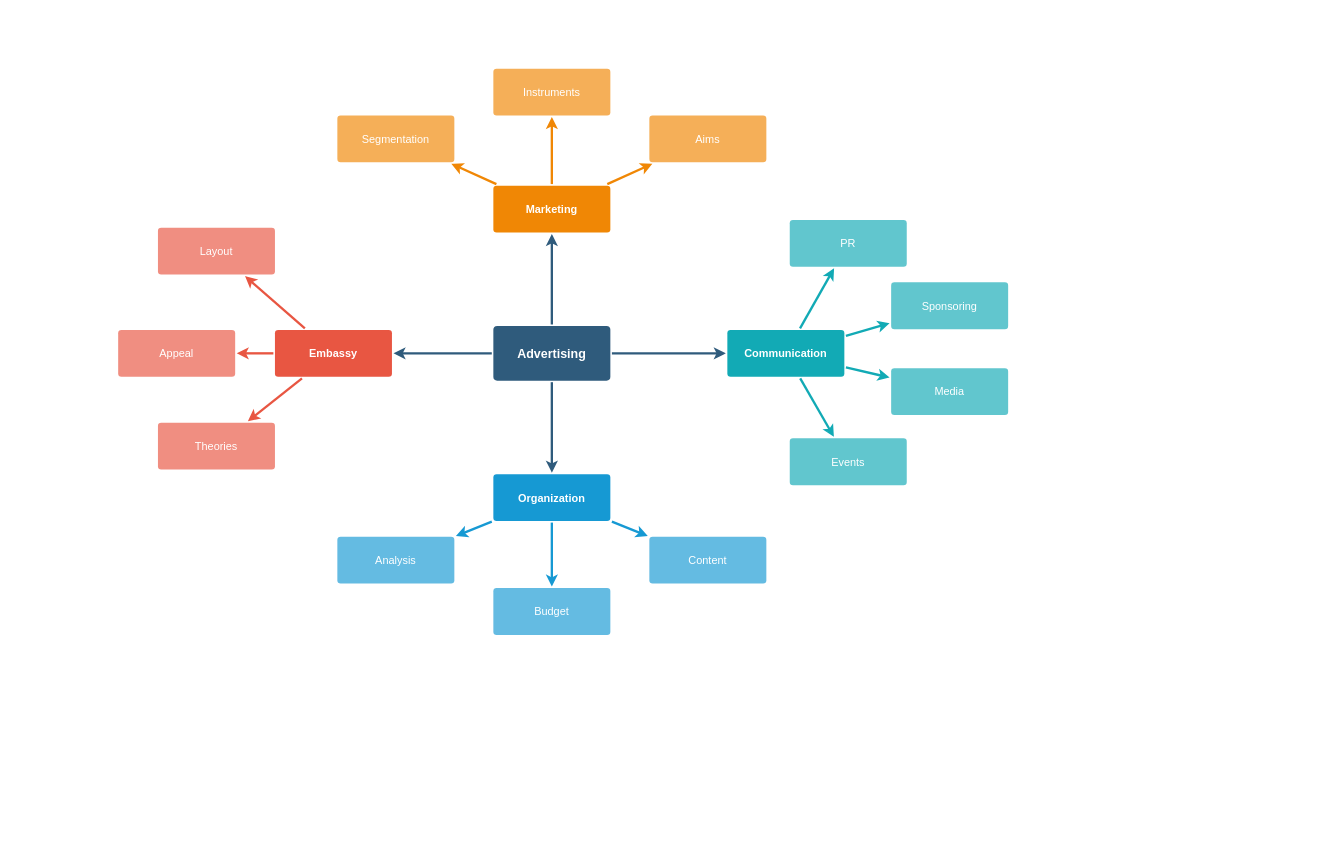
Before: Untitled Diagram.drawio in Ritarma/Ritarma.github.io, a draw.io diagram. Source tidied: cells renumbered, new cells numbered last; positions are measured from the earlier drawing's top-left corner, leaving out a move shared by most shapes. Both pictures are drawn from the tidied source at 78%, with x=0, y=0 at pixel (118, 68).
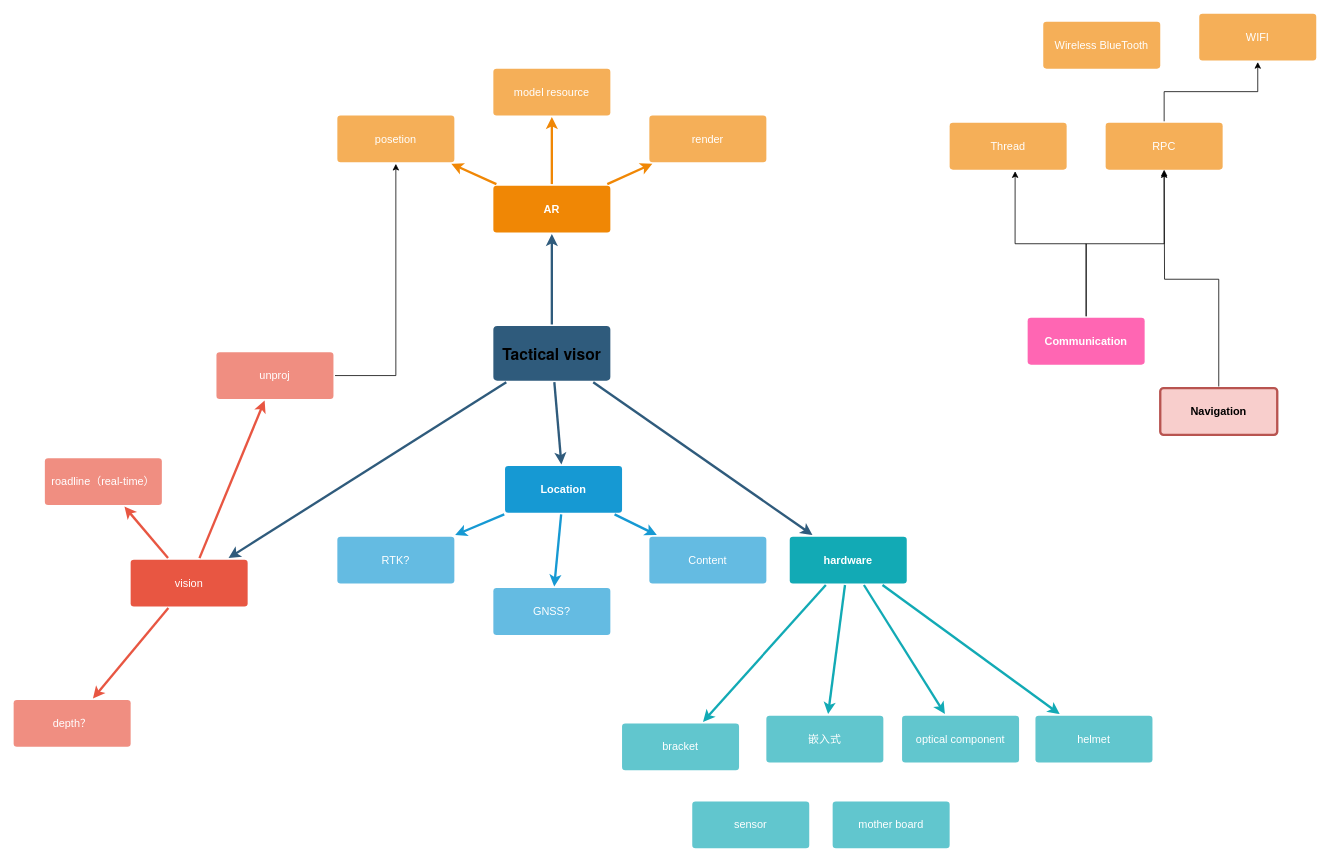
After the change.

Commit message:
Tactical visor Diagram.drawio

What changed in the source:
```diff
@@
-    <mxCell id="6" value="Advertising" style="rounded=1;whiteSpace=wrap;html=1;shadow=0;labelBackgroundColor=none;strokeColor=none;strokeWidth=3;fillColor=#2F5B7C;fontFamily=Helvetica;fontSize=16;fontColor=#FFFFFF;align=center;fontStyle=1;spacing=5;arcSize=7;perimeterSpacing=2;" parent="1" vertex="1">
+    <mxCell id="6" value="&lt;p class=&quot;p1&quot; style=&quot;margin: 0px ; font-weight: 400 ; font-stretch: normal ; font-size: 20px ; line-height: normal ; font-family: &amp;#34;helvetica neue&amp;#34; ; color: rgb(0 , 0 , 0)&quot;&gt;&lt;b&gt;Tactical visor&lt;/b&gt;&lt;/p&gt;" style="rounded=1;whiteSpace=wrap;html=1;shadow=0;labelBackgroundColor=none;strokeColor=none;strokeWidth=3;fillColor=#2F5B7C;fontFamily=Helvetica;fontSize=16;fontColor=#FFFFFF;align=center;fontStyle=1;spacing=5;arcSize=7;perimeterSpacing=2;" parent="1" vertex="1">
       <mxGeometry x="481" y="330.5" width="150" height="70" as="geometry" />
     </mxCell>
@@
-    <mxCell id="10" value="Embassy" style="rounded=1;whiteSpace=wrap;html=1;shadow=0;labelBackgroundColor=none;strokeColor=none;strokeWidth=3;fillColor=#e85642;fontFamily=Helvetica;fontSize=14;fontColor=#FFFFFF;align=center;spacing=5;fontStyle=1;arcSize=7;perimeterSpacing=2;" parent="1" vertex="1">
-      <mxGeometry x="201" y="335.5" width="150" height="60" as="geometry" />
+    <mxCell id="10" value="&lt;span style=&quot;font-weight: 400&quot;&gt;vision&lt;/span&gt;" style="rounded=1;whiteSpace=wrap;html=1;shadow=0;labelBackgroundColor=none;strokeColor=none;strokeWidth=3;fillColor=#e85642;fontFamily=Helvetica;fontSize=14;fontColor=#FFFFFF;align=center;spacing=5;fontStyle=1;arcSize=7;perimeterSpacing=2;" parent="1" vertex="1">
+      <mxGeometry x="16" y="630" width="150" height="60" as="geometry" />
     </mxCell>
-    <mxCell id="11" value="Theories" style="rounded=1;whiteSpace=wrap;html=1;shadow=0;labelBackgroundColor=none;strokeColor=none;strokeWidth=3;fillColor=#f08e81;fontFamily=Helvetica;fontSize=14;fontColor=#FFFFFF;align=center;spacing=5;fontStyle=0;arcSize=7;perimeterSpacing=2;" parent="1" vertex="1">
-      <mxGeometry x="51" y="454.5" width="150" height="60" as="geometry" />
+    <mxCell id="11" value="roadline（real-time）" style="rounded=1;whiteSpace=wrap;html=1;shadow=0;labelBackgroundColor=none;strokeColor=none;strokeWidth=3;fillColor=#f08e81;fontFamily=Helvetica;fontSize=14;fontColor=#FFFFFF;align=center;spacing=5;fontStyle=0;arcSize=7;perimeterSpacing=2;" parent="1" vertex="1">
+      <mxGeometry x="-94" y="500" width="150" height="60" as="geometry" />
     </mxCell>
+    <mxCell id="37" style="edgeStyle=orthogonalEdgeStyle;rounded=0;jettySize=auto;html=1;entryX=0.5;entryY=1;entryDx=0;entryDy=0;" parent="1" edge="1" source="12" target="26">
+      <mxGeometry relative="1" as="geometry" />
+    </mxCell>
-    <mxCell id="12" value="Appeal" style="rounded=1;whiteSpace=wrap;html=1;shadow=0;labelBackgroundColor=none;strokeColor=none;strokeWidth=3;fillColor=#f08e81;fontFamily=Helvetica;fontSize=14;fontColor=#FFFFFF;align=center;spacing=5;fontStyle=0;arcSize=7;perimeterSpacing=2;" parent="1" vertex="1">
-      <mxGeometry y="335.5" width="150" height="60" as="geometry" />
+    <mxCell id="12" value="unproj" style="rounded=1;whiteSpace=wrap;html=1;shadow=0;labelBackgroundColor=none;strokeColor=none;strokeWidth=3;fillColor=#f08e81;fontFamily=Helvetica;fontSize=14;fontColor=#FFFFFF;align=center;spacing=5;fontStyle=0;arcSize=7;perimeterSpacing=2;" parent="1" vertex="1">
+      <mxGeometry x="126" y="364" width="150" height="60" as="geometry" />
     </mxCell>
-    <mxCell id="13" value="Layout" style="rounded=1;whiteSpace=wrap;html=1;shadow=0;labelBackgroundColor=none;strokeColor=none;strokeWidth=3;fillColor=#f08e81;fontFamily=Helvetica;fontSize=14;fontColor=#FFFFFF;align=center;spacing=5;fontStyle=0;arcSize=7;perimeterSpacing=2;" parent="1" vertex="1">
-      <mxGeometry x="51" y="204.5" width="150" height="60" as="geometry" />
+    <mxCell id="13" value="depth？" style="rounded=1;whiteSpace=wrap;html=1;shadow=0;labelBackgroundColor=none;strokeColor=none;strokeWidth=3;fillColor=#f08e81;fontFamily=Helvetica;fontSize=14;fontColor=#FFFFFF;align=center;spacing=5;fontStyle=0;arcSize=7;perimeterSpacing=2;" parent="1" vertex="1">
+      <mxGeometry x="-134" y="810" width="150" height="60" as="geometry" />
     </mxCell>
@@
-    <mxCell id="17" value="Organization" style="rounded=1;whiteSpace=wrap;html=1;shadow=0;labelBackgroundColor=none;strokeColor=none;strokeWidth=3;fillColor=#1699d3;fontFamily=Helvetica;fontSize=14;fontColor=#FFFFFF;align=center;spacing=5;fontStyle=1;arcSize=7;perimeterSpacing=2;" parent="1" vertex="1">
-      <mxGeometry x="481" y="520.5" width="150" height="60" as="geometry" />
+    <mxCell id="17" value="Location" style="rounded=1;whiteSpace=wrap;html=1;shadow=0;labelBackgroundColor=none;strokeColor=none;strokeWidth=3;fillColor=#1699d3;fontFamily=Helvetica;fontSize=14;fontColor=#FFFFFF;align=center;spacing=5;fontStyle=1;arcSize=7;perimeterSpacing=2;" parent="1" vertex="1">
+      <mxGeometry x="496" y="510" width="150" height="60" as="geometry" />
     </mxCell>
@@
-    <mxCell id="19" value="Budget" style="rounded=1;whiteSpace=wrap;html=1;shadow=0;labelBackgroundColor=none;strokeColor=none;strokeWidth=3;fillColor=#64bbe2;fontFamily=Helvetica;fontSize=14;fontColor=#FFFFFF;align=center;spacing=5;arcSize=7;perimeterSpacing=2;" parent="1" vertex="1">
+    <mxCell id="19" value="GNSS?" style="rounded=1;whiteSpace=wrap;html=1;shadow=0;labelBackgroundColor=none;strokeColor=none;strokeWidth=3;fillColor=#64bbe2;fontFamily=Helvetica;fontSize=14;fontColor=#FFFFFF;align=center;spacing=5;arcSize=7;perimeterSpacing=2;" parent="1" vertex="1">
       <mxGeometry x="481" y="666.5" width="150" height="60" as="geometry" />
     </mxCell>
-    <mxCell id="20" value="Analysis" style="rounded=1;whiteSpace=wrap;html=1;shadow=0;labelBackgroundColor=none;strokeColor=none;strokeWidth=3;fillColor=#64bbe2;fontFamily=Helvetica;fontSize=14;fontColor=#FFFFFF;align=center;spacing=5;arcSize=7;perimeterSpacing=2;" parent="1" vertex="1">
+    <mxCell id="20" value="RTK?" style="rounded=1;whiteSpace=wrap;html=1;shadow=0;labelBackgroundColor=none;strokeColor=none;strokeWidth=3;fillColor=#64bbe2;fontFamily=Helvetica;fontSize=14;fontColor=#FFFFFF;align=center;spacing=5;arcSize=7;perimeterSpacing=2;" parent="1" vertex="1">
       <mxGeometry x="281" y="600.5" width="150" height="60" as="geometry" />
     </mxCell>
-    <mxCell id="21" value="Marketing" style="rounded=1;whiteSpace=wrap;html=1;shadow=0;labelBackgroundColor=none;strokeColor=none;strokeWidth=3;fillColor=#F08705;fontFamily=Helvetica;fontSize=14;fontColor=#FFFFFF;align=center;spacing=5;fontStyle=1;arcSize=7;perimeterSpacing=2;" parent="1" vertex="1">
+    <mxCell id="21" value="AR" style="rounded=1;whiteSpace=wrap;html=1;shadow=0;labelBackgroundColor=none;strokeColor=none;strokeWidth=3;fillColor=#F08705;fontFamily=Helvetica;fontSize=14;fontColor=#FFFFFF;align=center;spacing=5;fontStyle=1;arcSize=7;perimeterSpacing=2;" parent="1" vertex="1">
       <mxGeometry x="481" y="150.5" width="150" height="60" as="geometry" />
     </mxCell>
-    <mxCell id="22" value="Aims&lt;br&gt;" style="rounded=1;whiteSpace=wrap;html=1;shadow=0;labelBackgroundColor=none;strokeColor=none;strokeWidth=3;fillColor=#f5af58;fontFamily=Helvetica;fontSize=14;fontColor=#FFFFFF;align=center;spacing=5;arcSize=7;perimeterSpacing=2;" parent="1" vertex="1">
+    <mxCell id="22" value="render" style="rounded=1;whiteSpace=wrap;html=1;shadow=0;labelBackgroundColor=none;strokeColor=none;strokeWidth=3;fillColor=#f5af58;fontFamily=Helvetica;fontSize=14;fontColor=#FFFFFF;align=center;spacing=5;arcSize=7;perimeterSpacing=2;" parent="1" vertex="1">
       <mxGeometry x="681" y="60.5" width="150" height="60" as="geometry" />
     </mxCell>
@@
-    <mxCell id="24" value="Instruments" style="rounded=1;whiteSpace=wrap;html=1;shadow=0;labelBackgroundColor=none;strokeColor=none;strokeWidth=3;fillColor=#f5af58;fontFamily=Helvetica;fontSize=14;fontColor=#FFFFFF;align=center;spacing=5;arcSize=7;perimeterSpacing=2;" parent="1" vertex="1">
+    <mxCell id="24" value="model resource" style="rounded=1;whiteSpace=wrap;html=1;shadow=0;labelBackgroundColor=none;strokeColor=none;strokeWidth=3;fillColor=#f5af58;fontFamily=Helvetica;fontSize=14;fontColor=#FFFFFF;align=center;spacing=5;arcSize=7;perimeterSpacing=2;" parent="1" vertex="1">
       <mxGeometry x="481" y="0.5" width="150" height="60" as="geometry" />
     </mxCell>
@@
-    <mxCell id="26" value="Segmentation" style="rounded=1;whiteSpace=wrap;html=1;shadow=0;labelBackgroundColor=none;strokeColor=none;strokeWidth=3;fillColor=#f5af58;fontFamily=Helvetica;fontSize=14;fontColor=#FFFFFF;align=center;spacing=5;arcSize=7;perimeterSpacing=2;" parent="1" vertex="1">
+    <mxCell id="26" value="posetion" style="rounded=1;whiteSpace=wrap;html=1;shadow=0;labelBackgroundColor=none;strokeColor=none;strokeWidth=3;fillColor=#f5af58;fontFamily=Helvetica;fontSize=14;fontColor=#FFFFFF;align=center;spacing=5;arcSize=7;perimeterSpacing=2;" parent="1" vertex="1">
       <mxGeometry x="281" y="60.5" width="150" height="60" as="geometry" />
     </mxCell>
@@
-    <mxCell id="28" value="Communication" style="rounded=1;whiteSpace=wrap;html=1;shadow=0;labelBackgroundColor=none;strokeColor=none;strokeWidth=3;fillColor=#12aab5;fontFamily=Helvetica;fontSize=14;fontColor=#FFFFFF;align=center;spacing=5;fontStyle=1;arcSize=7;perimeterSpacing=2;" parent="1" vertex="1">
-      <mxGeometry x="781" y="335.5" width="150" height="60" as="geometry" />
+    <mxCell id="28" value="hardware" style="rounded=1;whiteSpace=wrap;html=1;shadow=0;labelBackgroundColor=none;strokeColor=none;strokeWidth=3;fillColor=#12aab5;fontFamily=Helvetica;fontSize=14;fontColor=#FFFFFF;align=center;spacing=5;fontStyle=1;arcSize=7;perimeterSpacing=2;" parent="1" vertex="1">
+      <mxGeometry x="861" y="600.5" width="150" height="60" as="geometry" />
     </mxCell>
-    <mxCell id="29" value="Events" style="rounded=1;whiteSpace=wrap;html=1;shadow=0;labelBackgroundColor=none;strokeColor=none;strokeWidth=3;fillColor=#61c6ce;fontFamily=Helvetica;fontSize=14;fontColor=#FFFFFF;align=center;spacing=5;fontStyle=0;arcSize=7;perimeterSpacing=2;" parent="1" vertex="1">
-      <mxGeometry x="861" y="474.5" width="150" height="60" as="geometry" />
+    <mxCell id="29" value="嵌入式" style="rounded=1;whiteSpace=wrap;html=1;shadow=0;labelBackgroundColor=none;strokeColor=none;strokeWidth=3;fillColor=#61c6ce;fontFamily=Helvetica;fontSize=14;fontColor=#FFFFFF;align=center;spacing=5;fontStyle=0;arcSize=7;perimeterSpacing=2;" parent="1" vertex="1">
+      <mxGeometry x="831" y="830" width="150" height="60" as="geometry" />
     </mxCell>
@@
-    <mxCell id="31" value="Media" style="rounded=1;whiteSpace=wrap;html=1;shadow=0;labelBackgroundColor=none;strokeColor=none;strokeWidth=3;fillColor=#61c6ce;fontFamily=Helvetica;fontSize=14;fontColor=#FFFFFF;align=center;spacing=5;fontStyle=0;arcSize=7;perimeterSpacing=2;" parent="1" vertex="1">
-      <mxGeometry x="991" y="384.5" width="150" height="60" as="geometry" />
+    <mxCell id="31" value="optical component" style="rounded=1;whiteSpace=wrap;html=1;shadow=0;labelBackgroundColor=none;strokeColor=none;strokeWidth=3;fillColor=#61c6ce;fontFamily=Helvetica;fontSize=14;fontColor=#FFFFFF;align=center;spacing=5;fontStyle=0;arcSize=7;perimeterSpacing=2;" parent="1" vertex="1">
+      <mxGeometry x="1005" y="830" width="150" height="60" as="geometry" />
     </mxCell>
@@
-    <mxCell id="33" value="Sponsoring" style="rounded=1;whiteSpace=wrap;html=1;shadow=0;labelBackgroundColor=none;strokeColor=none;strokeWidth=3;fillColor=#61c6ce;fontFamily=Helvetica;fontSize=14;fontColor=#FFFFFF;align=center;spacing=5;fontStyle=0;arcSize=7;perimeterSpacing=2;" parent="1" vertex="1">
-      <mxGeometry x="991" y="274.5" width="150" height="60" as="geometry" />
+    <mxCell id="33" value="helmet" style="rounded=1;whiteSpace=wrap;html=1;shadow=0;labelBackgroundColor=none;strokeColor=none;strokeWidth=3;fillColor=#61c6ce;fontFamily=Helvetica;fontSize=14;fontColor=#FFFFFF;align=center;spacing=5;fontStyle=0;arcSize=7;perimeterSpacing=2;" parent="1" vertex="1">
+      <mxGeometry x="1176" y="830" width="150" height="60" as="geometry" />
     </mxCell>
@@
-    <mxCell id="35" value="PR" style="rounded=1;whiteSpace=wrap;html=1;shadow=0;labelBackgroundColor=none;strokeColor=none;strokeWidth=3;fillColor=#61c6ce;fontFamily=Helvetica;fontSize=14;fontColor=#FFFFFF;align=center;spacing=5;fontStyle=0;arcSize=7;perimeterSpacing=2;" parent="1" vertex="1">
-      <mxGeometry x="861" y="194.5" width="150" height="60" as="geometry" />
+    <mxCell id="35" value="bracket" style="rounded=1;whiteSpace=wrap;html=1;shadow=0;labelBackgroundColor=none;strokeColor=none;strokeWidth=3;fillColor=#61c6ce;fontFamily=Helvetica;fontSize=14;fontColor=#FFFFFF;align=center;spacing=5;fontStyle=0;arcSize=7;perimeterSpacing=2;" parent="1" vertex="1">
+      <mxGeometry x="646" y="840" width="150" height="60" as="geometry" />
     </mxCell>
@@
+    <mxCell id="38" style="edgeStyle=orthogonalEdgeStyle;rounded=0;jettySize=auto;html=1;exitX=0.5;exitY=0;exitDx=0;exitDy=0;" parent="1" edge="1" source="39">
+      <mxGeometry relative="1" as="geometry">
+        <mxPoint x="1341" y="130" as="targetPoint" />
+      </mxGeometry>
+    </mxCell>
+    <mxCell id="39" value="Navigation" style="rounded=1;whiteSpace=wrap;html=1;shadow=0;labelBackgroundColor=none;strokeColor=#b85450;strokeWidth=3;fillColor=#f8cecc;fontFamily=Helvetica;fontSize=14;align=center;spacing=5;fontStyle=1;arcSize=7;perimeterSpacing=2;" parent="1" vertex="1">
+      <mxGeometry x="1336" y="410" width="150" height="60" as="geometry" />
+    </mxCell>
+    <mxCell id="40" style="edgeStyle=orthogonalEdgeStyle;rounded=0;jettySize=auto;html=1;entryX=0.558;entryY=1;entryDx=0;entryDy=0;entryPerimeter=0;" parent="1" edge="1" source="42" target="45">
+      <mxGeometry relative="1" as="geometry" />
+    </mxCell>
+    <mxCell id="41" style="edgeStyle=orthogonalEdgeStyle;rounded=0;jettySize=auto;html=1;entryX=0.5;entryY=1;entryDx=0;entryDy=0;" parent="1" edge="1" source="42" target="44">
+      <mxGeometry relative="1" as="geometry" />
+    </mxCell>
+    <mxCell id="42" value="Communication&lt;br&gt;" style="rounded=1;whiteSpace=wrap;html=1;shadow=0;labelBackgroundColor=none;strokeColor=none;strokeWidth=3;fontFamily=Helvetica;fontSize=14;fontColor=#FFFFFF;align=center;spacing=5;fontStyle=1;arcSize=7;perimeterSpacing=2;fillColor=#FF66B3;" parent="1" vertex="1">
+      <mxGeometry x="1166" y="320" width="150" height="60" as="geometry" />
+    </mxCell>
+    <mxCell id="43" style="edgeStyle=orthogonalEdgeStyle;rounded=0;jettySize=auto;html=1;entryX=0.5;entryY=1;entryDx=0;entryDy=0;" parent="1" edge="1" source="44" target="47">
+      <mxGeometry relative="1" as="geometry" />
+    </mxCell>
+    <mxCell id="44" value="RPC" style="rounded=1;whiteSpace=wrap;html=1;shadow=0;labelBackgroundColor=none;strokeColor=none;strokeWidth=3;fillColor=#f5af58;fontFamily=Helvetica;fontSize=14;fontColor=#FFFFFF;align=center;spacing=5;arcSize=7;perimeterSpacing=2;" parent="1" vertex="1">
+      <mxGeometry x="1266" y="70" width="150" height="60" as="geometry" />
+    </mxCell>
+    <mxCell id="45" value="Thread" style="rounded=1;whiteSpace=wrap;html=1;shadow=0;labelBackgroundColor=none;strokeColor=none;strokeWidth=3;fillColor=#f5af58;fontFamily=Helvetica;fontSize=14;fontColor=#FFFFFF;align=center;spacing=5;arcSize=7;perimeterSpacing=2;" parent="1" vertex="1">
+      <mxGeometry x="1066" y="70" width="150" height="60" as="geometry" />
+    </mxCell>
+    <mxCell id="46" value="Wireless BlueTooth" style="rounded=1;whiteSpace=wrap;html=1;shadow=0;labelBackgroundColor=none;strokeColor=none;strokeWidth=3;fillColor=#f5af58;fontFamily=Helvetica;fontSize=14;fontColor=#FFFFFF;align=center;spacing=5;arcSize=7;perimeterSpacing=2;" parent="1" vertex="1">
+      <mxGeometry x="1186" y="-59.5" width="150" height="60" as="geometry" />
+    </mxCell>
+    <mxCell id="47" value="WIFI" style="rounded=1;whiteSpace=wrap;html=1;shadow=0;labelBackgroundColor=none;strokeColor=none;strokeWidth=3;fillColor=#f5af58;fontFamily=Helvetica;fontSize=14;fontColor=#FFFFFF;align=center;spacing=5;arcSize=7;perimeterSpacing=2;" parent="1" vertex="1">
+      <mxGeometry x="1386" y="-70" width="150" height="60" as="geometry" />
+    </mxCell>
+    <mxCell id="48" value="sensor" style="rounded=1;whiteSpace=wrap;html=1;shadow=0;labelBackgroundColor=none;strokeColor=none;strokeWidth=3;fillColor=#61c6ce;fontFamily=Helvetica;fontSize=14;fontColor=#FFFFFF;align=center;spacing=5;fontStyle=0;arcSize=7;perimeterSpacing=2;" parent="1" vertex="1">
+      <mxGeometry x="736" y="940" width="150" height="60" as="geometry" />
+    </mxCell>
+    <mxCell id="49" value="mother board" style="rounded=1;whiteSpace=wrap;html=1;shadow=0;labelBackgroundColor=none;strokeColor=none;strokeWidth=3;fillColor=#61c6ce;fontFamily=Helvetica;fontSize=14;fontColor=#FFFFFF;align=center;spacing=5;fontStyle=0;arcSize=7;perimeterSpacing=2;" parent="1" vertex="1">
+      <mxGeometry x="916" y="940" width="150" height="60" as="geometry" />
+    </mxCell>
```
